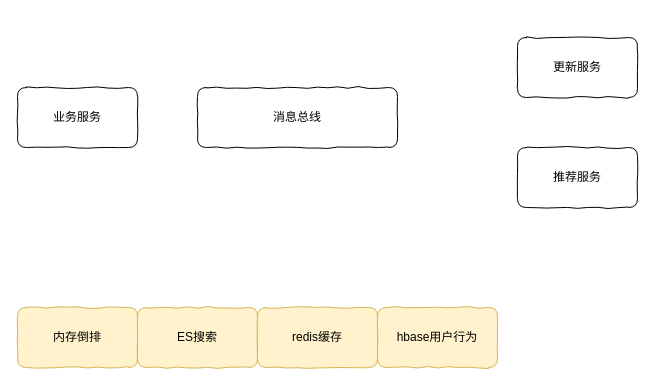
xingdong015/drawio keeps this draw.io diagram as Untitled Diagram.drawio. Above is the earlier version. Source tidied: cells renumbered, new cells numbered last; positions are measured from the earlier drawing's top-left corner, leaving out a move shared by most shapes. Both pictures are drawn from the tidied source at 100%, with x=0, y=0 at pixel (17, 37).
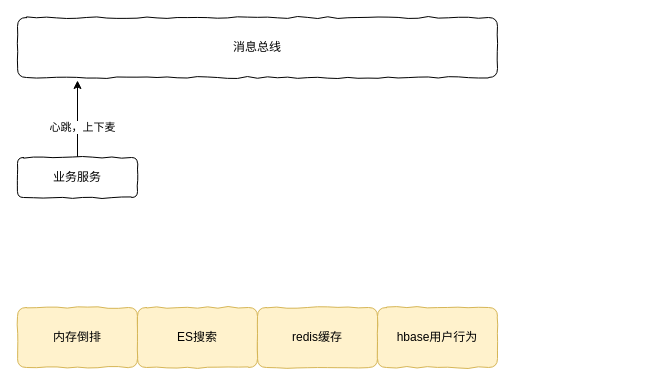
After the change.

Diff of the diagram source:
```diff
@@
 <mxGraphModel>
   <root>
     <mxCell id="0" />
     <mxCell id="1" parent="0" />
     <mxCell id="2" value="内存倒排" style="rounded=1;whiteSpace=wrap;html=1;fillColor=#fff2cc;strokeColor=#d6b656;sketch=0;comic=1;" parent="1" vertex="1">
       <mxGeometry y="270" width="120" height="60" as="geometry" />
     </mxCell>
     <mxCell id="3" value="ES搜索" style="rounded=1;whiteSpace=wrap;html=1;fillColor=#fff2cc;strokeColor=#d6b656;sketch=0;comic=1;" parent="1" vertex="1">
       <mxGeometry x="120" y="270" width="120" height="60" as="geometry" />
     </mxCell>
     <mxCell id="4" value="redis缓存" style="rounded=1;whiteSpace=wrap;html=1;fillColor=#fff2cc;strokeColor=#d6b656;sketch=0;comic=1;" parent="1" vertex="1">
       <mxGeometry x="240" y="270" width="120" height="60" as="geometry" />
     </mxCell>
     <mxCell id="5" value="hbase用户行为" style="rounded=1;whiteSpace=wrap;html=1;fillColor=#fff2cc;strokeColor=#d6b656;sketch=0;comic=1;" parent="1" vertex="1">
       <mxGeometry x="360" y="270" width="120" height="60" as="geometry" />
     </mxCell>
-    <mxCell id="6" value="推荐服务" style="rounded=1;whiteSpace=wrap;html=1;comic=1;sketch=0;gradientColor=#ffffff;" parent="1" vertex="1">
-      <mxGeometry x="500" y="110" width="120" height="60" as="geometry" />
-    </mxCell>
+    <mxCell id="10" style="edgeStyle=orthogonalEdgeStyle;rounded=0;jettySize=auto;html=1;entryX=0.125;entryY=1.05;entryDx=0;entryDy=0;entryPerimeter=0;" parent="1" edge="1" source="7" target="9">
+      <mxGeometry relative="1" as="geometry" />
+    </mxCell>
+    <mxCell id="11" value="心跳，上下麦" style="edgeLabel;html=1;align=center;verticalAlign=middle;" parent="10" vertex="1">
+      <mxGeometry x="-0.19" y="-4" relative="1" as="geometry" />
+    </mxCell>
     <mxCell id="7" value="业务服务" style="rounded=1;whiteSpace=wrap;html=1;comic=1;sketch=0;gradientColor=#ffffff;" parent="1" vertex="1">
-      <mxGeometry y="50" width="120" height="60" as="geometry" />
+      <mxGeometry y="120" width="120" height="40" as="geometry" />
     </mxCell>
-    <mxCell id="8" value="更新服务" style="rounded=1;whiteSpace=wrap;html=1;comic=1;sketch=0;gradientColor=#ffffff;" parent="1" vertex="1">
-      <mxGeometry x="500" width="120" height="60" as="geometry" />
-    </mxCell>
     <mxCell id="9" value="消息总线" style="rounded=1;whiteSpace=wrap;html=1;comic=1;sketch=0;gradientColor=#ffffff;" parent="1" vertex="1">
-      <mxGeometry x="180" y="50" width="200" height="60" as="geometry" />
+      <mxGeometry y="-20" width="480" height="60" as="geometry" />
     </mxCell>
   </root>
 </mxGraphModel>
```
